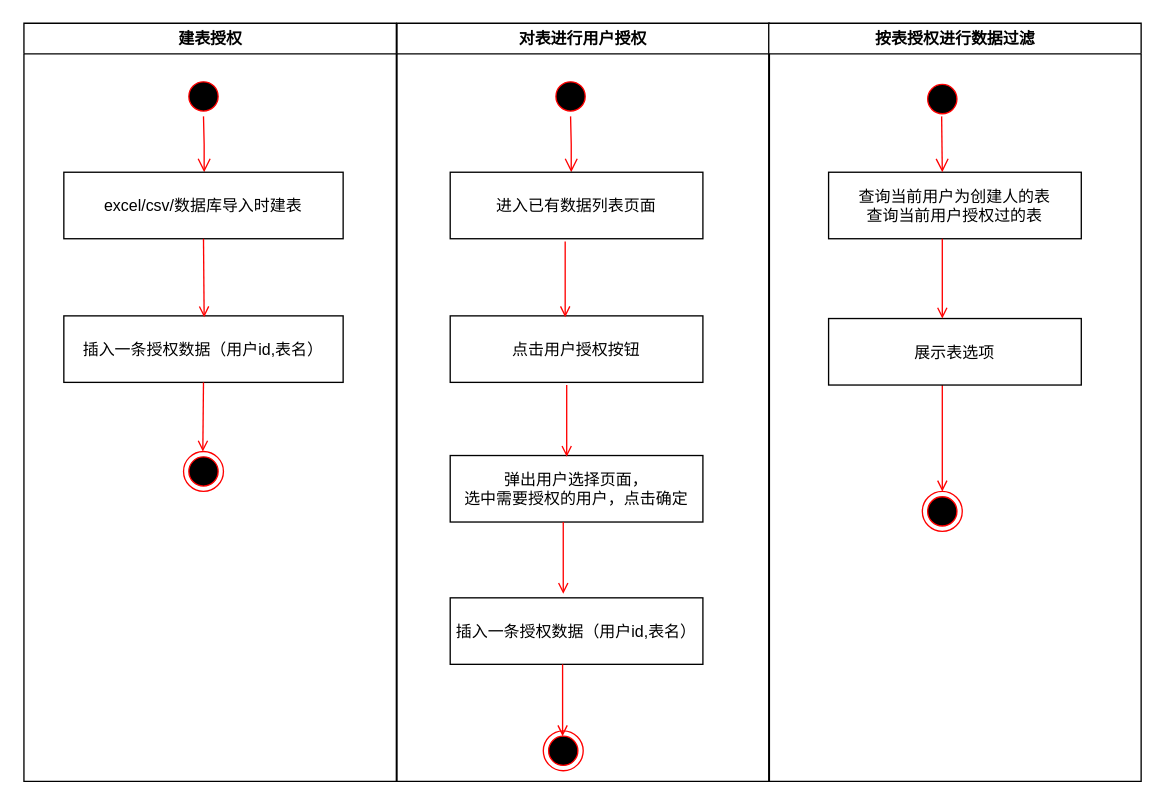
The draw.io diagram .drawio in hesiwei/diagrams, before the edit. Source tidied: cells renumbered, new cells numbered last; positions are measured from the earlier drawing's top-left corner, leaving out a move shared by most shapes. Both pictures are drawn from the tidied source at 133%, with x=0, y=0 at pixel (23, 23).
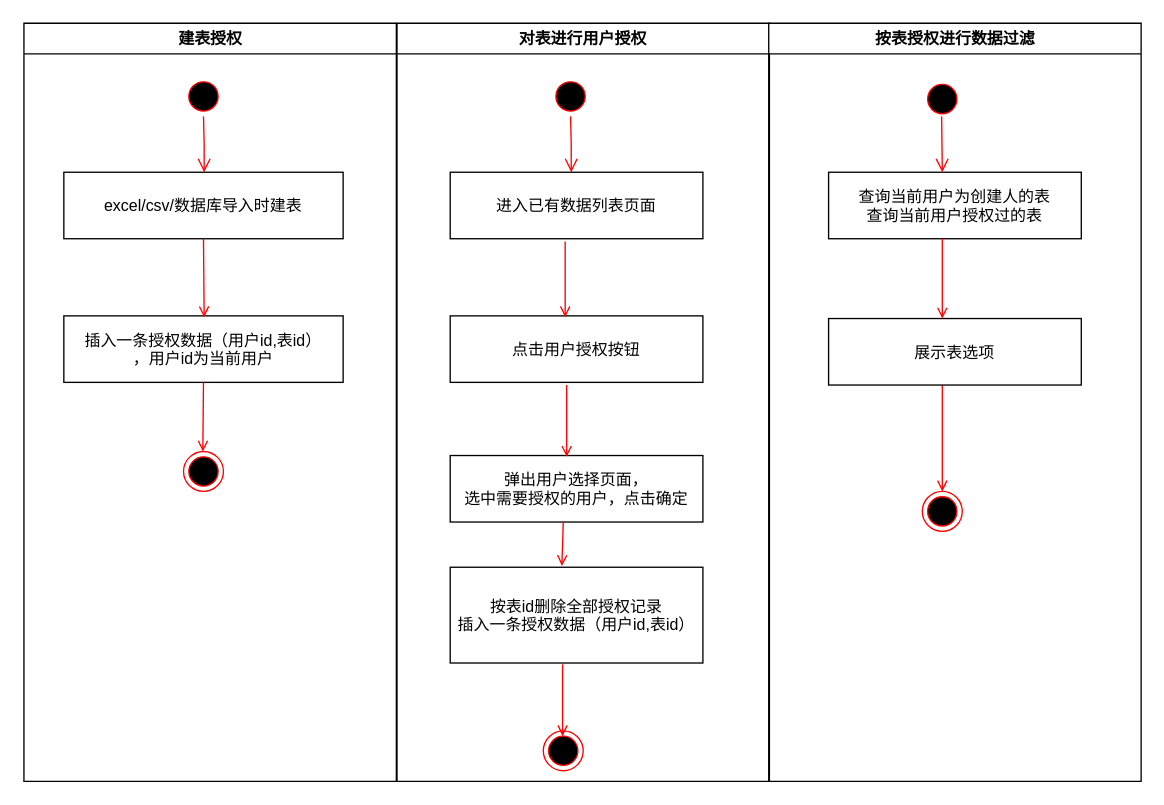
Above is the later version.

The change refers to these unchanged cells:
```xml
<mxCell id="2" value="建表授权" style="swimlane;whiteSpace=wrap;" parent="1" vertex="1">
  <mxGeometry x="0.5" width="280" height="570" as="geometry" />
</mxCell>
<mxCell id="10" value="对表进行用户授权" style="swimlane;whiteSpace=wrap;" parent="1" vertex="1">
  <mxGeometry x="281" width="280" height="570" as="geometry" />
</mxCell>
```

What changed in the source:
```diff
@@
-    <mxCell id="6" value="插入一条授权数据（用户id,表名）" parent="2" vertex="1">
+    <mxCell id="6" value="插入一条授权数据（用户id,表id）&#10;，用户id为当前用户" parent="2" vertex="1">
       <mxGeometry x="30" y="220" width="210" height="50" as="geometry" />
     </mxCell>
@@
-    <mxCell id="19" style="endArrow=open;strokeColor=#FF0000;endFill=1;rounded=0;exitX=0.461;exitY=1.04;exitDx=0;exitDy=0;exitPerimeter=0;entryX=0.461;entryY=0.02;entryDx=0;entryDy=0;entryPerimeter=0;" parent="10" edge="1">
+    <mxCell id="19" style="endArrow=open;strokeColor=#FF0000;endFill=1;rounded=0;exitX=0.461;exitY=1.04;exitDx=0;exitDy=0;exitPerimeter=0;entryX=0.442;entryY=-0.014;entryDx=0;entryDy=0;entryPerimeter=0;" parent="10" edge="1" target="20">
       <mxGeometry relative="1" as="geometry">
         <mxPoint x="125" y="375" as="sourcePoint" />
-        <mxPoint x="125" y="429" as="targetPoint" />
       </mxGeometry>
     </mxCell>
-    <mxCell id="20" value="插入一条授权数据（用户id,表名）" parent="10" vertex="1">
-      <mxGeometry x="40" y="432" width="190" height="50" as="geometry" />
+    <mxCell id="20" value="按表id删除全部授权记录&#10;插入一条授权数据（用户id,表id）" parent="10" vertex="1">
+      <mxGeometry x="40" y="409" width="190" height="72" as="geometry" />
     </mxCell>
```
